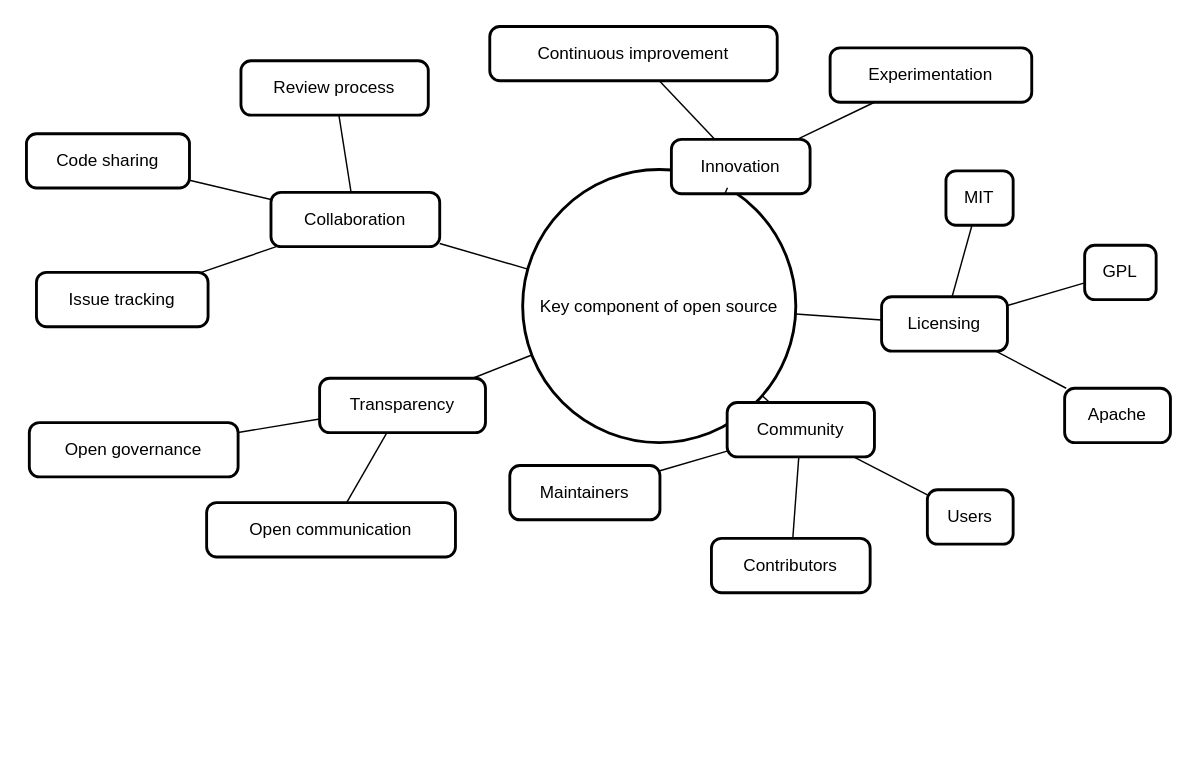
The draw.io diagram Untitled Diagram.drawio in nkemregina/Open-Source-OSPO-Diagrams, before the edit. Source tidied: cells renumbered, new cells numbered last; positions are measured from the earlier drawing's top-left corner, leaving out a move shared by most shapes. Both pictures are drawn from the tidied source at 143%, with x=0, y=0 at pixel (26, 26).
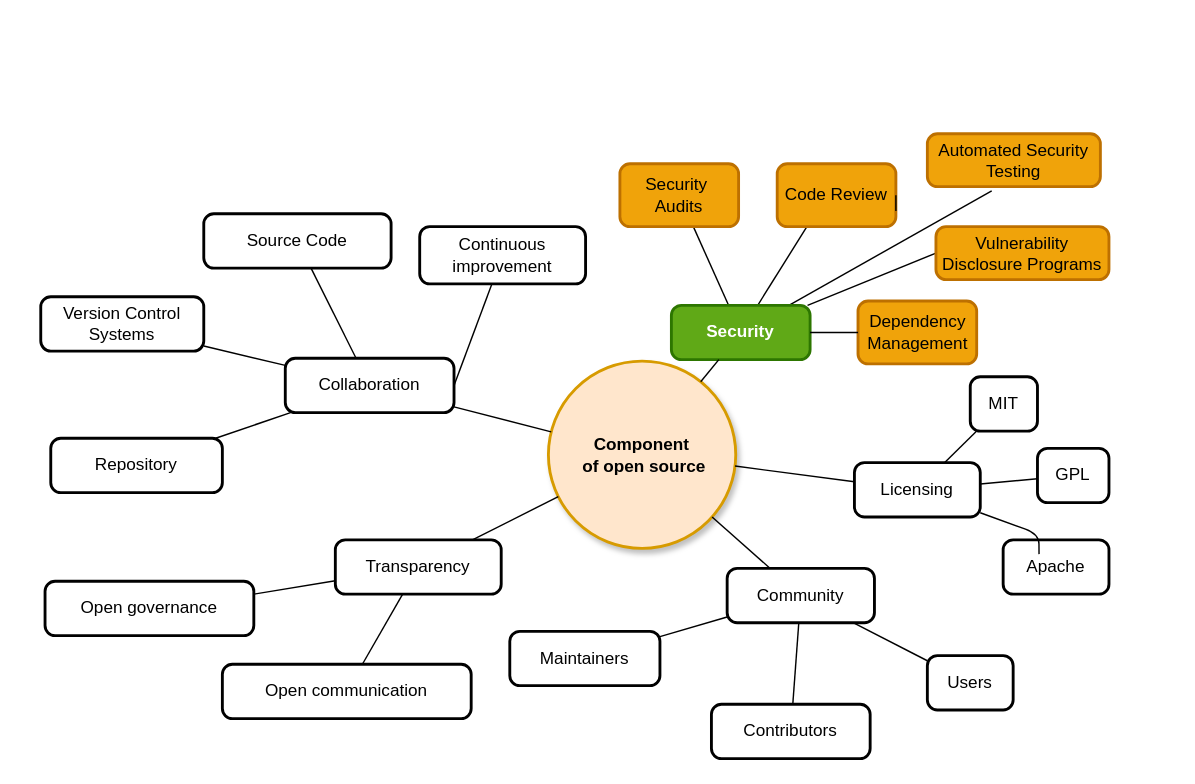
After the change.

Commit message:
Key component of opensource diagram

The edit, as a diff of the source:
```diff
@@
-    <mxCell id="2" value="Key component of open source" style="ellipse;strokeWidth=2;whiteSpace=wrap;" parent="1" vertex="1">
-      <mxGeometry x="347" y="100" width="191" height="191" as="geometry" />
+    <mxCell id="2" value="Component&#10; of open source" style="ellipse;strokeWidth=2;whiteSpace=wrap;fontStyle=1;fillColor=#ffe6cc;strokeColor=#d79b00;shadow=1;" parent="1" vertex="1">
+      <mxGeometry x="365" y="234" width="131" height="131" as="geometry" />
     </mxCell>
     <mxCell id="3" value="Licensing" style="rounded=1;absoluteArcSize=1;arcSize=14;whiteSpace=wrap;strokeWidth=2;" parent="1" vertex="1">
-      <mxGeometry x="598" y="189" width="88" height="38" as="geometry" />
+      <mxGeometry x="579" y="305" width="88" height="38" as="geometry" />
     </mxCell>
     <mxCell id="4" value="GPL" style="rounded=1;absoluteArcSize=1;arcSize=14;whiteSpace=wrap;strokeWidth=2;" parent="1" vertex="1">
-      <mxGeometry x="740" y="153" width="50" height="38" as="geometry" />
+      <mxGeometry x="707" y="295" width="50" height="38" as="geometry" />
     </mxCell>
     <mxCell id="5" value="MIT" style="rounded=1;absoluteArcSize=1;arcSize=14;whiteSpace=wrap;strokeWidth=2;" parent="1" vertex="1">
-      <mxGeometry x="643" y="101" width="47" height="38" as="geometry" />
+      <mxGeometry x="660" y="245" width="47" height="38" as="geometry" />
     </mxCell>
     <mxCell id="6" value="Apache" style="rounded=1;absoluteArcSize=1;arcSize=14;whiteSpace=wrap;strokeWidth=2;" parent="1" vertex="1">
-      <mxGeometry x="726" y="253" width="74" height="38" as="geometry" />
+      <mxGeometry x="683" y="359" width="74" height="38" as="geometry" />
     </mxCell>
     <mxCell id="7" value="Community" style="rounded=1;absoluteArcSize=1;arcSize=14;whiteSpace=wrap;strokeWidth=2;" parent="1" vertex="1">
-      <mxGeometry x="490" y="263" width="103" height="38" as="geometry" />
+      <mxGeometry x="490" y="379" width="103" height="38" as="geometry" />
     </mxCell>
     <mxCell id="8" value="Contributors" style="rounded=1;absoluteArcSize=1;arcSize=14;whiteSpace=wrap;strokeWidth=2;" parent="1" vertex="1">
-      <mxGeometry x="479" y="358" width="111" height="38" as="geometry" />
+      <mxGeometry x="479" y="474" width="111" height="38" as="geometry" />
     </mxCell>
     <mxCell id="9" value="Users" style="rounded=1;absoluteArcSize=1;arcSize=14;whiteSpace=wrap;strokeWidth=2;" parent="1" vertex="1">
-      <mxGeometry x="630" y="324" width="60" height="38" as="geometry" />
+      <mxGeometry x="630" y="440" width="60" height="38" as="geometry" />
     </mxCell>
     <mxCell id="10" value="Maintainers" style="rounded=1;absoluteArcSize=1;arcSize=14;whiteSpace=wrap;strokeWidth=2;" parent="1" vertex="1">
-      <mxGeometry x="338" y="307" width="105" height="38" as="geometry" />
+      <mxGeometry x="338" y="423" width="105" height="38" as="geometry" />
     </mxCell>
     <mxCell id="11" value="Transparency" style="rounded=1;absoluteArcSize=1;arcSize=14;whiteSpace=wrap;strokeWidth=2;" parent="1" vertex="1">
-      <mxGeometry x="205" y="246" width="116" height="38" as="geometry" />
+      <mxGeometry x="216" y="359" width="116" height="38" as="geometry" />
     </mxCell>
     <mxCell id="12" value="Open communication" style="rounded=1;absoluteArcSize=1;arcSize=14;whiteSpace=wrap;strokeWidth=2;" parent="1" vertex="1">
-      <mxGeometry x="126" y="333" width="174" height="38" as="geometry" />
+      <mxGeometry x="137" y="446" width="174" height="38" as="geometry" />
     </mxCell>
     <mxCell id="13" value="Open governance" style="rounded=1;absoluteArcSize=1;arcSize=14;whiteSpace=wrap;strokeWidth=2;" parent="1" vertex="1">
-      <mxGeometry x="2" y="277" width="146" height="38" as="geometry" />
+      <mxGeometry x="13" y="388" width="146" height="38" as="geometry" />
     </mxCell>
     <mxCell id="14" value="Collaboration" style="rounded=1;absoluteArcSize=1;arcSize=14;whiteSpace=wrap;strokeWidth=2;" parent="1" vertex="1">
-      <mxGeometry x="171" y="116" width="118" height="38" as="geometry" />
+      <mxGeometry x="181" y="232" width="118" height="38" as="geometry" />
     </mxCell>
-    <mxCell id="15" value="Code sharing" style="rounded=1;absoluteArcSize=1;arcSize=14;whiteSpace=wrap;strokeWidth=2;" parent="1" vertex="1">
-      <mxGeometry y="75" width="114" height="38" as="geometry" />
+    <mxCell id="15" value="Version Control Systems" style="rounded=1;absoluteArcSize=1;arcSize=14;whiteSpace=wrap;strokeWidth=2;" parent="1" vertex="1">
+      <mxGeometry x="10" y="189" width="114" height="38" as="geometry" />
     </mxCell>
-    <mxCell id="16" value="Review process" style="rounded=1;absoluteArcSize=1;arcSize=14;whiteSpace=wrap;strokeWidth=2;" parent="1" vertex="1">
-      <mxGeometry x="150" y="24" width="131" height="38" as="geometry" />
+    <mxCell id="16" value="Source Code" style="rounded=1;absoluteArcSize=1;arcSize=14;whiteSpace=wrap;strokeWidth=2;" parent="1" vertex="1">
+      <mxGeometry x="124" y="131" width="131" height="38" as="geometry" />
     </mxCell>
-    <mxCell id="17" value="Issue tracking" style="rounded=1;absoluteArcSize=1;arcSize=14;whiteSpace=wrap;strokeWidth=2;" parent="1" vertex="1">
-      <mxGeometry x="7" y="172" width="120" height="38" as="geometry" />
+    <mxCell id="17" value="Repository" style="rounded=1;absoluteArcSize=1;arcSize=14;whiteSpace=wrap;strokeWidth=2;" parent="1" vertex="1">
+      <mxGeometry x="17" y="288" width="120" height="38" as="geometry" />
     </mxCell>
+    <mxCell id="39" style="edgeStyle=none;shape=connector;rounded=1;jettySize=auto;html=1;strokeColor=default;align=center;verticalAlign=middle;fontFamily=Helvetica;fontSize=11;fontColor=default;labelBackgroundColor=default;endArrow=none;flowAnimation=1;" parent="1" edge="1" source="18" target="43">
+      <mxGeometry relative="1" as="geometry" />
+    </mxCell>
+    <mxCell id="40" style="edgeStyle=none;shape=connector;rounded=1;jettySize=auto;html=1;entryX=0.25;entryY=1;entryDx=0;entryDy=0;strokeColor=default;align=center;verticalAlign=middle;fontFamily=Helvetica;fontSize=11;fontColor=default;labelBackgroundColor=default;endArrow=none;flowAnimation=1;" parent="1" edge="1" source="18" target="44">
+      <mxGeometry relative="1" as="geometry" />
+    </mxCell>
+    <mxCell id="41" style="edgeStyle=none;shape=connector;rounded=1;jettySize=auto;html=1;entryX=0;entryY=0.5;entryDx=0;entryDy=0;strokeColor=default;align=center;verticalAlign=middle;fontFamily=Helvetica;fontSize=11;fontColor=default;labelBackgroundColor=default;endArrow=none;flowAnimation=1;" parent="1" edge="1" source="18" target="46">
+      <mxGeometry relative="1" as="geometry" />
+    </mxCell>
+    <mxCell id="42" style="edgeStyle=none;shape=connector;rounded=1;jettySize=auto;html=1;strokeColor=default;align=center;verticalAlign=middle;fontFamily=Helvetica;fontSize=11;fontColor=default;labelBackgroundColor=default;endArrow=none;flowAnimation=1;" parent="1" edge="1" source="18">
+      <mxGeometry relative="1" as="geometry">
+        <mxPoint x="675" y="115" as="targetPoint" />
+      </mxGeometry>
+    </mxCell>
-    <mxCell id="18" value="Innovation" style="rounded=1;absoluteArcSize=1;arcSize=14;whiteSpace=wrap;strokeWidth=2;" parent="1" vertex="1">
-      <mxGeometry x="451" y="79" width="97" height="38" as="geometry" />
+    <mxCell id="18" value="Security" style="rounded=1;absoluteArcSize=1;arcSize=14;whiteSpace=wrap;strokeWidth=2;fontStyle=1;fillColor=#60a917;strokeColor=#2D7600;fontColor=#ffffff;" parent="1" vertex="1">
+      <mxGeometry x="451" y="195" width="97" height="38" as="geometry" />
     </mxCell>
     <mxCell id="19" value="Continuous improvement" style="rounded=1;absoluteArcSize=1;arcSize=14;whiteSpace=wrap;strokeWidth=2;" parent="1" vertex="1">
-      <mxGeometry x="324" width="201" height="38" as="geometry" />
+      <mxGeometry x="275" y="140" width="116" height="40" as="geometry" />
     </mxCell>
-    <mxCell id="20" value="Experimentation" style="rounded=1;absoluteArcSize=1;arcSize=14;whiteSpace=wrap;strokeWidth=2;" parent="1" vertex="1">
-      <mxGeometry x="562" y="15" width="141" height="38" as="geometry" />
+    <mxCell id="20" value="Dependency Management" style="rounded=1;absoluteArcSize=1;arcSize=14;whiteSpace=wrap;strokeWidth=2;fillColor=#f0a30a;strokeColor=#BD7000;" parent="1" vertex="1">
+      <mxGeometry x="581.5" y="192" width="83" height="44" as="geometry" />
     </mxCell>
-    <mxCell id="21" style="endArrow=none;" parent="1" edge="1" source="2" target="3">
+    <mxCell id="21" style="endArrow=none;flowAnimation=1;" parent="1" edge="1" source="2" target="3">
       <mxGeometry relative="1" as="geometry" />
     </mxCell>
@@
-    <mxCell id="25" style="endArrow=none;" parent="1" edge="1" source="2" target="18">
+    <mxCell id="25" style="endArrow=none;rounded=1;strokeColor=default;align=center;verticalAlign=middle;fontFamily=Helvetica;fontSize=11;fontColor=default;labelBackgroundColor=default;flowAnimation=1;" parent="1" edge="1" source="2" target="18">
       <mxGeometry relative="1" as="geometry" />
     </mxCell>
@@
-    <mxCell id="28" style="endArrow=none;" parent="1" edge="1" source="3" target="6">
-      <mxGeometry relative="1" as="geometry" />
+    <mxCell id="28" style="endArrow=none;" parent="1" edge="1" source="3">
+      <mxGeometry relative="1" as="geometry">
+        <mxPoint x="708.1" y="369" as="targetPoint" />
+        <Array as="points">
+          <mxPoint x="708" y="355" />
+        </Array>
+      </mxGeometry>
     </mxCell>
@@
-    <mxCell id="33" style="endArrow=none;" parent="1" edge="1" source="11" target="13">
-      <mxGeometry relative="1" as="geometry" />
+    <mxCell id="33" style="endArrow=none;" parent="1" edge="1" source="11">
+      <mxGeometry relative="1" as="geometry">
+        <mxPoint x="159" y="397" as="targetPoint" />
+      </mxGeometry>
     </mxCell>
-    <mxCell id="34" style="endArrow=none;" parent="1" edge="1" source="14" target="15">
-      <mxGeometry relative="1" as="geometry" />
+    <mxCell id="34" style="endArrow=none;" parent="1" edge="1" source="14">
+      <mxGeometry relative="1" as="geometry">
+        <mxPoint x="124" y="223.5" as="targetPoint" />
+      </mxGeometry>
     </mxCell>
@@
-    <mxCell id="37" style="endArrow=none;" parent="1" edge="1" source="18" target="19">
+    <mxCell id="37" style="endArrow=none;exitX=1;exitY=0.5;exitDx=0;exitDy=0;" parent="1" edge="1" source="14" target="19">
       <mxGeometry relative="1" as="geometry" />
     </mxCell>
-    <mxCell id="38" style="endArrow=none;" parent="1" edge="1" source="18" target="20">
+    <mxCell id="38" style="endArrow=none;rounded=1;strokeColor=default;align=center;verticalAlign=middle;fontFamily=Helvetica;fontSize=11;fontColor=default;labelBackgroundColor=default;flowAnimation=1;" parent="1" edge="1" source="18" target="20">
       <mxGeometry relative="1" as="geometry" />
     </mxCell>
+    <mxCell id="43" value="Security &#10;Audits" style="rounded=1;absoluteArcSize=1;arcSize=14;whiteSpace=wrap;strokeWidth=2;fillColor=#f0a30a;fontColor=#000000;strokeColor=#BD7000;" parent="1" vertex="1">
+      <mxGeometry x="415" y="96" width="83" height="44" as="geometry" />
+    </mxCell>
+    <mxCell id="44" value="Code Review" style="rounded=1;absoluteArcSize=1;arcSize=14;whiteSpace=wrap;strokeWidth=2;fillColor=#f0a30a;fontColor=#000000;strokeColor=#BD7000;" parent="1" vertex="1">
+      <mxGeometry x="525" y="96" width="83" height="44" as="geometry" />
+    </mxCell>
+    <mxCell id="45" style="edgeStyle=none;shape=connector;rounded=1;orthogonalLoop=1;jettySize=auto;html=1;exitX=1;exitY=0.5;exitDx=0;exitDy=0;entryX=1;entryY=0.75;entryDx=0;entryDy=0;strokeColor=default;align=center;verticalAlign=middle;fontFamily=Helvetica;fontSize=11;fontColor=default;labelBackgroundColor=default;endArrow=none;flowAnimation=1;" parent="1" edge="1" source="44" target="44">
+      <mxGeometry relative="1" as="geometry" />
+    </mxCell>
+    <mxCell id="46" value="Vulnerability Disclosure Programs" style="rounded=1;absoluteArcSize=1;arcSize=14;whiteSpace=wrap;strokeWidth=2;fillColor=#f0a30a;fontColor=#000000;strokeColor=#BD7000;" parent="1" vertex="1">
+      <mxGeometry x="636" y="140" width="121" height="37" as="geometry" />
+    </mxCell>
+    <mxCell id="47" value="Automated Security Testing" style="rounded=1;absoluteArcSize=1;arcSize=14;whiteSpace=wrap;strokeWidth=2;fillColor=#f0a30a;fontColor=#000000;strokeColor=#BD7000;" parent="1" vertex="1">
+      <mxGeometry x="630" y="75" width="121" height="37" as="geometry" />
+    </mxCell>
```
